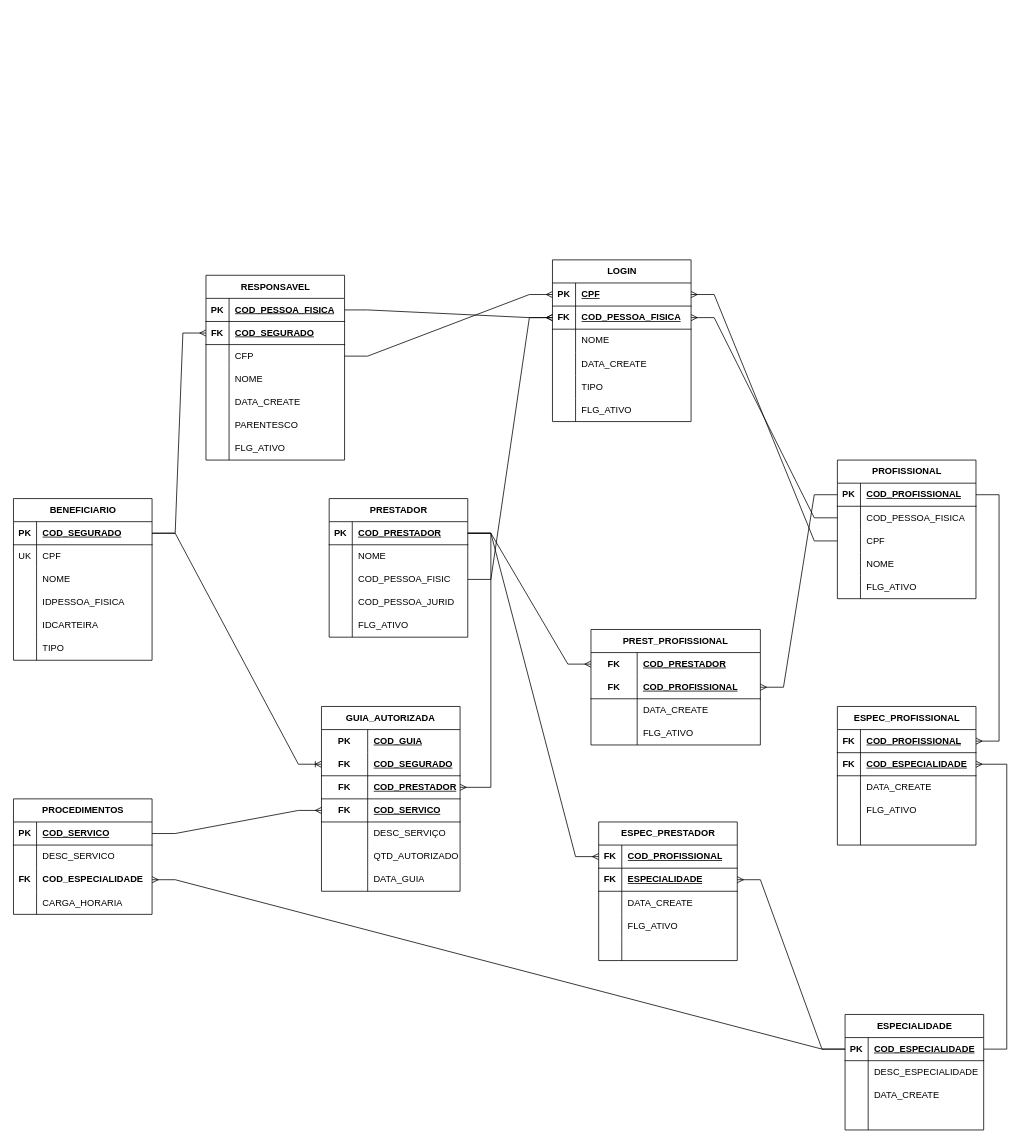
hugocesar975/Todos keeps this draw.io diagram as APP-TEA02.drawio. Above is the earlier version. Source tidied: cells renumbered, new cells numbered last; positions are measured from the earlier drawing's top-left corner, leaving out a move shared by most shapes. Both pictures are drawn from the tidied source at 77%, with x=0, y=0 at pixel (13, 259).
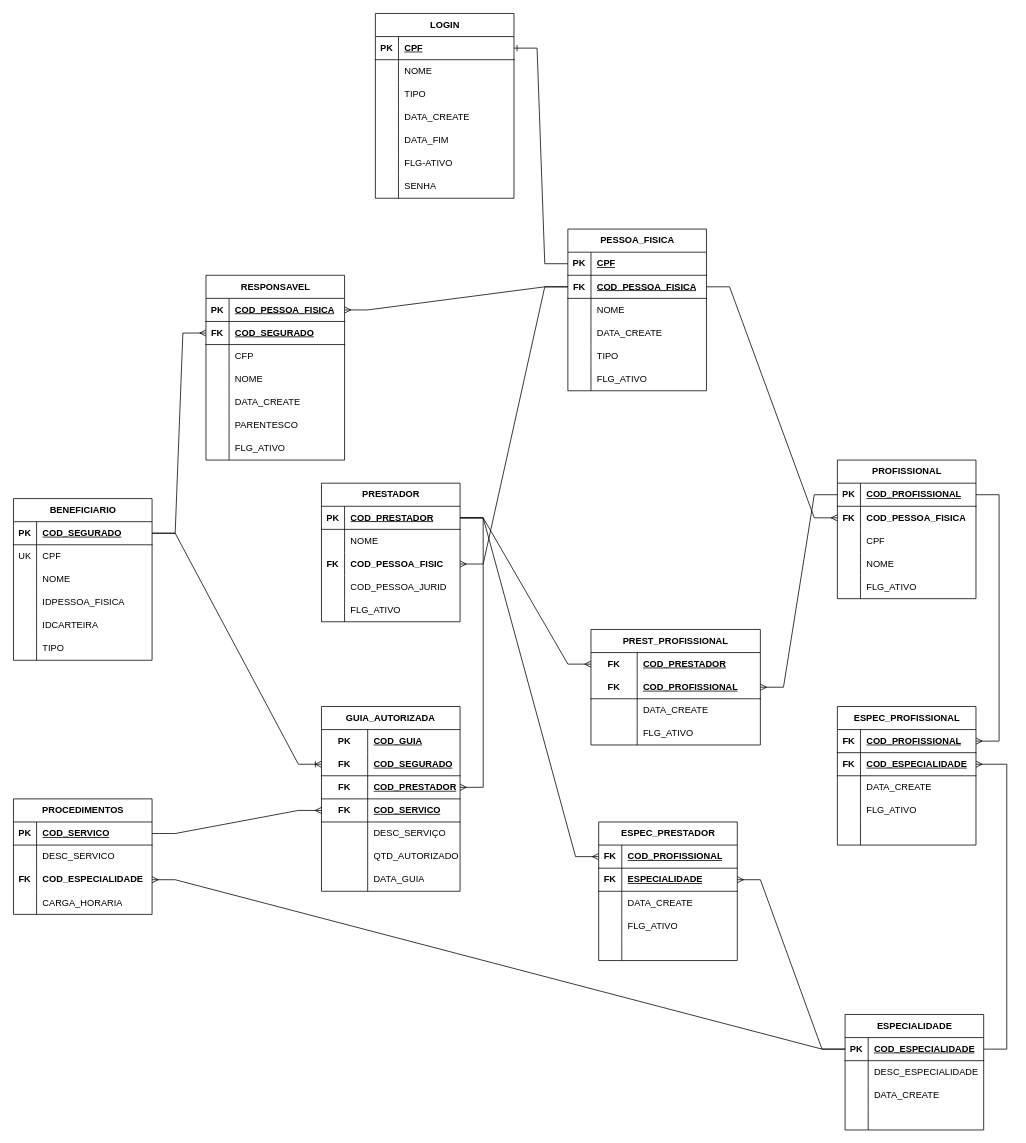
Above is the later version.

The change refers to these unchanged cells:
```xml
<mxCell id="52" style="shape=tableRow;horizontal=0;startSize=0;swimlaneHead=0;swimlaneBody=0;fillColor=none;points=[[0,0.5],[1,0.5]];portConstraint=eastwest;top=0;left=0;right=0;bottom=0;" parent="45" vertex="1">
  <mxGeometry y="90" width="180" height="30" as="geometry" />
</mxCell>
<mxCell id="65" style="shape=tableRow;horizontal=0;startSize=0;swimlaneHead=0;swimlaneBody=0;fillColor=none;points=[[0,0.5],[1,0.5]];portConstraint=eastwest;top=0;left=0;right=0;bottom=0;" parent="61" vertex="1">
  <mxGeometry y="60" width="180" height="30" as="geometry" />
</mxCell>
<mxCell id="68" style="shape=tableRow;horizontal=0;startSize=0;swimlaneHead=0;swimlaneBody=0;fillColor=none;points=[[0,0.5],[1,0.5]];portConstraint=eastwest;top=0;left=0;right=0;bottom=0;" parent="61" vertex="1">
  <mxGeometry y="90" width="180" height="30" as="geometry" />
</mxCell>
<mxCell id="157" style="shape=tableRow;horizontal=0;startSize=0;swimlaneHead=0;swimlaneBody=0;fillColor=none;points=[[0,0.5],[1,0.5]];portConstraint=eastwest;top=0;left=0;right=0;bottom=1;" parent="156" vertex="1">
  <mxGeometry y="30" width="180" height="30" as="geometry" />
</mxCell>
<mxCell id="163" style="shape=tableRow;horizontal=0;startSize=0;swimlaneHead=0;swimlaneBody=0;fillColor=none;points=[[0,0.5],[1,0.5]];portConstraint=eastwest;top=0;left=0;right=0;bottom=0;" parent="156" vertex="1">
  <mxGeometry y="90" width="180" height="30" as="geometry" />
</mxCell>
<mxCell id="180" style="shape=tableRow;horizontal=0;startSize=0;swimlaneHead=0;swimlaneBody=0;fillColor=none;points=[[0,0.5],[1,0.5]];portConstraint=eastwest;top=0;left=0;right=0;bottom=1;" parent="179" vertex="1">
  <mxGeometry y="30" width="180" height="30" as="geometry" />
</mxCell>
<mxCell id="183" style="shape=tableRow;horizontal=0;startSize=0;swimlaneHead=0;swimlaneBody=0;fillColor=none;points=[[0,0.5],[1,0.5]];portConstraint=eastwest;top=0;left=0;right=0;bottom=1;" parent="179" vertex="1">
  <mxGeometry y="60" width="180" height="30" as="geometry" />
</mxCell>
```

Change to the diagram source:
```diff
@@
     <mxCell id="45" value="PRESTADOR" style="shape=table;startSize=30;childLayout=tableLayout;rowLines=0;fontStyle=1;align=center;html=1;" parent="1" vertex="1">
-      <mxGeometry x="410" y="310" width="180" height="180" as="geometry" />
+      <mxGeometry x="400" y="290" width="180" height="180" as="geometry" />
     </mxCell>
@@
-    <mxCell id="53" style="shape=partialRectangle;fillColor=none;top=0;left=0;bottom=0;right=0;overflow=hidden;whiteSpace=wrap;html=1;" parent="52" vertex="1">
+    <mxCell id="53" value="&lt;b&gt;FK&lt;/b&gt;" style="shape=partialRectangle;fillColor=none;top=0;left=0;bottom=0;right=0;overflow=hidden;whiteSpace=wrap;html=1;" parent="52" vertex="1">
       <mxGeometry width="30" height="30" as="geometry" />
     </mxCell>
-    <mxCell id="54" value="COD_PESSOA_FISIC" style="shape=partialRectangle;fillColor=none;top=0;left=0;bottom=0;right=0;align=left;spacingLeft=6;overflow=hidden;whiteSpace=wrap;html=1;" parent="52" vertex="1">
+    <mxCell id="54" value="&lt;b&gt;COD_PESSOA_FISIC&lt;/b&gt;" style="shape=partialRectangle;fillColor=none;top=0;left=0;bottom=0;right=0;align=left;spacingLeft=6;overflow=hidden;whiteSpace=wrap;html=1;" parent="52" vertex="1">
       <mxGeometry x="30" width="150" height="30" as="geometry" />
     </mxCell>
@@
-    <mxCell id="66" style="shape=partialRectangle;fillColor=none;top=0;left=0;bottom=0;right=0;overflow=hidden;whiteSpace=wrap;html=1;" parent="65" vertex="1">
+    <mxCell id="66" value="&lt;b&gt;FK&lt;/b&gt;" style="shape=partialRectangle;fillColor=none;top=0;left=0;bottom=0;right=0;overflow=hidden;whiteSpace=wrap;html=1;" parent="65" vertex="1">
       <mxGeometry width="30" height="30" as="geometry" />
     </mxCell>
-    <mxCell id="67" value="COD_PESSOA_FISICA" style="shape=partialRectangle;fillColor=none;top=0;left=0;bottom=0;right=0;align=left;spacingLeft=6;overflow=hidden;whiteSpace=wrap;html=1;" parent="65" vertex="1">
+    <mxCell id="67" value="&lt;b&gt;COD_PESSOA_FISICA&lt;/b&gt;" style="shape=partialRectangle;fillColor=none;top=0;left=0;bottom=0;right=0;align=left;spacingLeft=6;overflow=hidden;whiteSpace=wrap;html=1;" parent="65" vertex="1">
       <mxGeometry x="30" width="150" height="30" as="geometry" />
     </mxCell>
@@
-    <mxCell id="179" value="LOGIN" style="shape=table;startSize=30;childLayout=tableLayout;rowLines=0;fontStyle=1;align=center;html=1;" parent="1" vertex="1">
-      <mxGeometry x="700" width="180" height="210" as="geometry" />
+    <mxCell id="179" value="PESSOA_FISICA" style="shape=table;startSize=30;childLayout=tableLayout;rowLines=0;fontStyle=1;align=center;html=1;" parent="1" vertex="1">
+      <mxGeometry x="720" y="-40" width="180" height="210" as="geometry" />
     </mxCell>
@@
-    <mxCell id="198" style="edgeStyle=entityRelationEdgeStyle;fontSize=12;html=1;endArrow=ERmany;rounded=0;" parent="1" edge="1" source="52" target="183">
-      <mxGeometry relative="1" as="geometry" />
-    </mxCell>
-    <mxCell id="199" style="edgeStyle=entityRelationEdgeStyle;fontSize=12;html=1;endArrow=ERmany;rounded=0;exitX=1;exitY=0.5;exitDx=0;exitDy=0;entryX=0;entryY=0.5;entryDx=0;entryDy=0;" parent="1" edge="1" source="157" target="183">
-      <mxGeometry relative="1" as="geometry" />
-    </mxCell>
-    <mxCell id="200" style="edgeStyle=entityRelationEdgeStyle;fontSize=12;html=1;endArrow=ERmany;rounded=0;" parent="1" edge="1" source="68" target="180">
-      <mxGeometry relative="1" as="geometry" />
-    </mxCell>
-    <mxCell id="201" style="edgeStyle=entityRelationEdgeStyle;fontSize=12;html=1;endArrow=ERmany;rounded=0;" parent="1" edge="1" source="163" target="180">
-      <mxGeometry relative="1" as="geometry" />
-    </mxCell>
-    <mxCell id="202" style="edgeStyle=entityRelationEdgeStyle;fontSize=12;html=1;endArrow=ERmany;rounded=0;" parent="1" edge="1" source="65" target="183">
-      <mxGeometry relative="1" as="geometry" />
-    </mxCell>
+    <mxCell id="203" value="LOGIN" style="shape=table;startSize=30;childLayout=tableLayout;rowLines=0;fontStyle=1;align=center;html=1;" parent="1" vertex="1">
+      <mxGeometry x="470" y="-320" width="180" height="240" as="geometry" />
+    </mxCell>
+    <mxCell id="204" style="shape=tableRow;horizontal=0;startSize=0;swimlaneHead=0;swimlaneBody=0;fillColor=none;points=[[0,0.5],[1,0.5]];portConstraint=eastwest;top=0;left=0;right=0;bottom=1;" parent="203" vertex="1">
+      <mxGeometry y="30" width="180" height="30" as="geometry" />
+    </mxCell>
+    <mxCell id="205" value="PK" style="shape=partialRectangle;fillColor=none;top=0;left=0;bottom=0;right=0;fontStyle=1;overflow=hidden;whiteSpace=wrap;html=1;" parent="204" vertex="1">
+      <mxGeometry width="30" height="30" as="geometry" />
+    </mxCell>
+    <mxCell id="206" value="CPF" style="shape=partialRectangle;fillColor=none;top=0;left=0;bottom=0;right=0;align=left;spacingLeft=6;fontStyle=5;overflow=hidden;whiteSpace=wrap;html=1;" parent="204" vertex="1">
+      <mxGeometry x="30" width="150" height="30" as="geometry" />
+    </mxCell>
+    <mxCell id="207" style="shape=tableRow;horizontal=0;startSize=0;swimlaneHead=0;swimlaneBody=0;fillColor=none;top=0;left=0;right=0;bottom=0;" parent="203" vertex="1">
+      <mxGeometry y="60" width="180" height="30" as="geometry" />
+    </mxCell>
+    <mxCell id="208" style="shape=partialRectangle;fillColor=none;top=0;left=0;bottom=0;right=0;overflow=hidden;whiteSpace=wrap;html=1;" parent="207" vertex="1">
+      <mxGeometry width="30" height="30" as="geometry" />
+    </mxCell>
+    <mxCell id="209" value="NOME" style="shape=partialRectangle;fillColor=none;top=0;left=0;bottom=0;right=0;align=left;spacingLeft=6;overflow=hidden;whiteSpace=wrap;html=1;" parent="207" vertex="1">
+      <mxGeometry x="30" width="150" height="30" as="geometry" />
+    </mxCell>
+    <mxCell id="210" style="shape=tableRow;horizontal=0;startSize=0;swimlaneHead=0;swimlaneBody=0;fillColor=none;top=0;left=0;right=0;bottom=0;" parent="203" vertex="1">
+      <mxGeometry y="90" width="180" height="30" as="geometry" />
+    </mxCell>
+    <mxCell id="211" style="shape=partialRectangle;fillColor=none;top=0;left=0;bottom=0;right=0;overflow=hidden;whiteSpace=wrap;html=1;" parent="210" vertex="1">
+      <mxGeometry width="30" height="30" as="geometry" />
+    </mxCell>
+    <mxCell id="212" value="TIPO" style="shape=partialRectangle;fillColor=none;top=0;left=0;bottom=0;right=0;align=left;spacingLeft=6;overflow=hidden;whiteSpace=wrap;html=1;" parent="210" vertex="1">
+      <mxGeometry x="30" width="150" height="30" as="geometry" />
+    </mxCell>
+    <mxCell id="213" style="shape=tableRow;horizontal=0;startSize=0;swimlaneHead=0;swimlaneBody=0;fillColor=none;top=0;left=0;right=0;bottom=0;" parent="203" vertex="1">
+      <mxGeometry y="120" width="180" height="30" as="geometry" />
+    </mxCell>
+    <mxCell id="214" style="shape=partialRectangle;fillColor=none;top=0;left=0;bottom=0;right=0;overflow=hidden;whiteSpace=wrap;html=1;" parent="213" vertex="1">
+      <mxGeometry width="30" height="30" as="geometry" />
+    </mxCell>
+    <mxCell id="215" value="DATA_CREATE" style="shape=partialRectangle;fillColor=none;top=0;left=0;bottom=0;right=0;align=left;spacingLeft=6;overflow=hidden;whiteSpace=wrap;html=1;" parent="213" vertex="1">
+      <mxGeometry x="30" width="150" height="30" as="geometry" />
+    </mxCell>
+    <mxCell id="216" style="shape=tableRow;horizontal=0;startSize=0;swimlaneHead=0;swimlaneBody=0;fillColor=none;top=0;left=0;right=0;bottom=0;" parent="203" vertex="1">
+      <mxGeometry y="150" width="180" height="30" as="geometry" />
+    </mxCell>
+    <mxCell id="217" style="shape=partialRectangle;fillColor=none;top=0;left=0;bottom=0;right=0;overflow=hidden;whiteSpace=wrap;html=1;" parent="216" vertex="1">
+      <mxGeometry width="30" height="30" as="geometry" />
+    </mxCell>
+    <mxCell id="218" value="DATA_FIM" style="shape=partialRectangle;fillColor=none;top=0;left=0;bottom=0;right=0;align=left;spacingLeft=6;overflow=hidden;whiteSpace=wrap;html=1;" parent="216" vertex="1">
+      <mxGeometry x="30" width="150" height="30" as="geometry" />
+    </mxCell>
+    <mxCell id="219" style="shape=tableRow;horizontal=0;startSize=0;swimlaneHead=0;swimlaneBody=0;fillColor=none;top=0;left=0;right=0;bottom=0;" parent="203" vertex="1">
+      <mxGeometry y="180" width="180" height="30" as="geometry" />
+    </mxCell>
+    <mxCell id="220" style="shape=partialRectangle;fillColor=none;top=0;left=0;bottom=0;right=0;overflow=hidden;whiteSpace=wrap;html=1;" parent="219" vertex="1">
+      <mxGeometry width="30" height="30" as="geometry" />
+    </mxCell>
+    <mxCell id="221" value="FLG-ATIVO" style="shape=partialRectangle;fillColor=none;top=0;left=0;bottom=0;right=0;align=left;spacingLeft=6;overflow=hidden;whiteSpace=wrap;html=1;" parent="219" vertex="1">
+      <mxGeometry x="30" width="150" height="30" as="geometry" />
+    </mxCell>
+    <mxCell id="222" style="shape=tableRow;horizontal=0;startSize=0;swimlaneHead=0;swimlaneBody=0;fillColor=none;top=0;left=0;right=0;bottom=0;" parent="203" vertex="1">
+      <mxGeometry y="210" width="180" height="30" as="geometry" />
+    </mxCell>
+    <mxCell id="223" style="shape=partialRectangle;fillColor=none;top=0;left=0;bottom=0;right=0;overflow=hidden;whiteSpace=wrap;html=1;" parent="222" vertex="1">
+      <mxGeometry width="30" height="30" as="geometry" />
+    </mxCell>
+    <mxCell id="224" value="SENHA" style="shape=partialRectangle;fillColor=none;top=0;left=0;bottom=0;right=0;align=left;spacingLeft=6;overflow=hidden;whiteSpace=wrap;html=1;" parent="222" vertex="1">
+      <mxGeometry x="30" width="150" height="30" as="geometry" />
+    </mxCell>
+    <mxCell id="225" style="edgeStyle=entityRelationEdgeStyle;fontSize=12;html=1;endArrow=ERone;endFill=1;rounded=0;" parent="1" edge="1" source="180" target="204">
+      <mxGeometry relative="1" as="geometry" />
+    </mxCell>
+    <mxCell id="226" style="edgeStyle=entityRelationEdgeStyle;fontSize=12;html=1;endArrow=ERmany;rounded=0;" parent="1" edge="1" source="183" target="157">
+      <mxGeometry relative="1" as="geometry" />
+    </mxCell>
+    <mxCell id="227" style="edgeStyle=entityRelationEdgeStyle;fontSize=12;html=1;endArrow=ERmany;rounded=0;" parent="1" edge="1" source="183" target="65">
+      <mxGeometry relative="1" as="geometry" />
+    </mxCell>
+    <mxCell id="228" style="edgeStyle=entityRelationEdgeStyle;fontSize=12;html=1;endArrow=ERmany;rounded=0;" parent="1" edge="1" source="183" target="52">
+      <mxGeometry relative="1" as="geometry" />
+    </mxCell>
```
